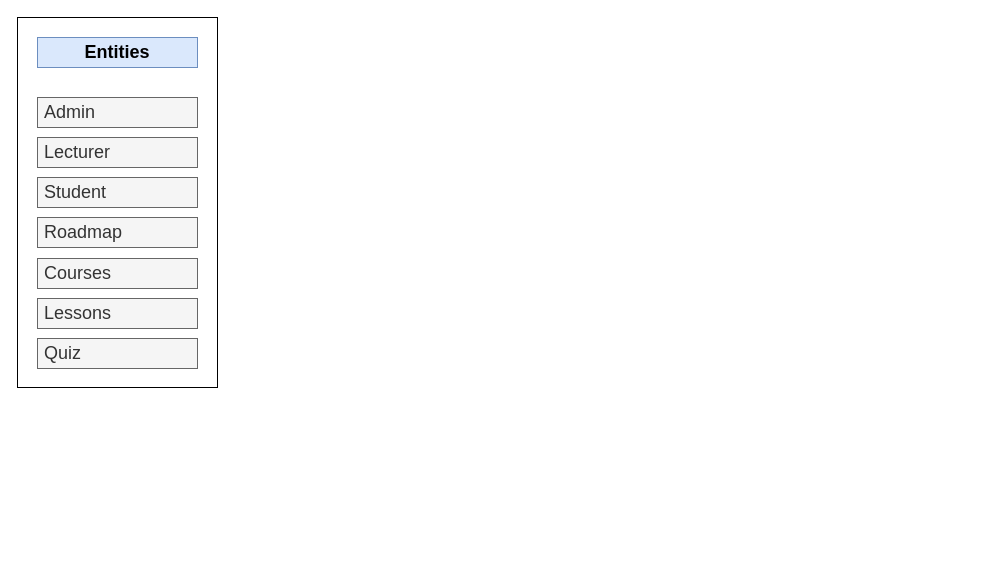
Earlier version of the draw.io diagram codehance/Untitled Diagram.drawio (kingsley-ijomah/draw.io). Source tidied: cells renumbered, new cells numbered last; positions are measured from the earlier drawing's top-left corner, leaving out a move shared by most shapes. Both pictures are drawn from the tidied source at 100%, with x=0, y=0 at pixel (17, 17).
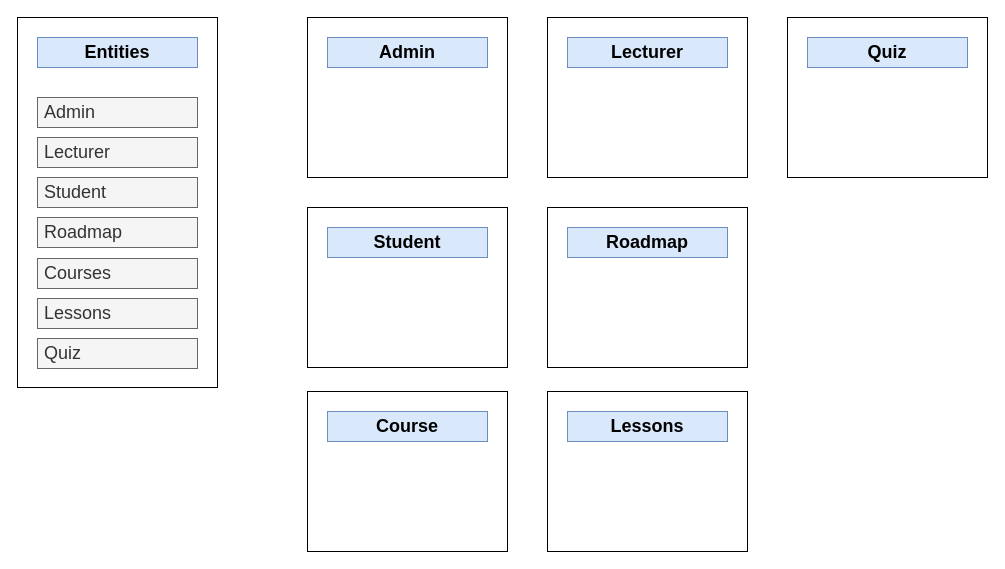
After the change.

The edit, as a diff of the source:
```diff
@@
+    <mxCell id="11" style="rounded=0;whiteSpace=wrap;html=1;align=left;" parent="1" vertex="1">
+      <mxGeometry x="290" width="200" height="160" as="geometry" />
+    </mxCell>
+    <mxCell id="12" value="&lt;b&gt;&lt;font style=&quot;font-size: 18px;&quot;&gt;Admin&lt;/font&gt;&lt;/b&gt;" style="text;html=1;strokeColor=#6c8ebf;fillColor=#dae8fc;align=center;verticalAlign=middle;whiteSpace=wrap;rounded=0;" parent="1" vertex="1">
+      <mxGeometry x="310" y="20" width="160" height="30" as="geometry" />
+    </mxCell>
+    <mxCell id="13" style="rounded=0;whiteSpace=wrap;html=1;align=left;" parent="1" vertex="1">
+      <mxGeometry x="530" width="200" height="160" as="geometry" />
+    </mxCell>
+    <mxCell id="14" value="&lt;b&gt;&lt;font style=&quot;font-size: 18px;&quot;&gt;Lecturer&lt;/font&gt;&lt;/b&gt;" style="text;html=1;strokeColor=#6c8ebf;fillColor=#dae8fc;align=center;verticalAlign=middle;whiteSpace=wrap;rounded=0;" parent="1" vertex="1">
+      <mxGeometry x="550" y="20" width="160" height="30" as="geometry" />
+    </mxCell>
+    <mxCell id="15" style="rounded=0;whiteSpace=wrap;html=1;align=left;" parent="1" vertex="1">
+      <mxGeometry x="290" y="190" width="200" height="160" as="geometry" />
+    </mxCell>
+    <mxCell id="16" value="&lt;b&gt;&lt;font style=&quot;font-size: 18px;&quot;&gt;Student&lt;/font&gt;&lt;/b&gt;" style="text;html=1;strokeColor=#6c8ebf;fillColor=#dae8fc;align=center;verticalAlign=middle;whiteSpace=wrap;rounded=0;" parent="1" vertex="1">
+      <mxGeometry x="310" y="210" width="160" height="30" as="geometry" />
+    </mxCell>
+    <mxCell id="17" style="rounded=0;whiteSpace=wrap;html=1;align=left;" parent="1" vertex="1">
+      <mxGeometry x="530" y="190" width="200" height="160" as="geometry" />
+    </mxCell>
+    <mxCell id="18" value="&lt;b&gt;&lt;font style=&quot;font-size: 18px;&quot;&gt;Roadmap&lt;/font&gt;&lt;/b&gt;" style="text;html=1;strokeColor=#6c8ebf;fillColor=#dae8fc;align=center;verticalAlign=middle;whiteSpace=wrap;rounded=0;" parent="1" vertex="1">
+      <mxGeometry x="550" y="210" width="160" height="30" as="geometry" />
+    </mxCell>
+    <mxCell id="19" style="rounded=0;whiteSpace=wrap;html=1;align=left;" parent="1" vertex="1">
+      <mxGeometry x="290" y="374" width="200" height="160" as="geometry" />
+    </mxCell>
+    <mxCell id="20" value="&lt;b&gt;&lt;font style=&quot;font-size: 18px;&quot;&gt;Course&lt;/font&gt;&lt;/b&gt;" style="text;html=1;strokeColor=#6c8ebf;fillColor=#dae8fc;align=center;verticalAlign=middle;whiteSpace=wrap;rounded=0;" parent="1" vertex="1">
+      <mxGeometry x="310" y="394" width="160" height="30" as="geometry" />
+    </mxCell>
+    <mxCell id="21" style="rounded=0;whiteSpace=wrap;html=1;align=left;" parent="1" vertex="1">
+      <mxGeometry x="530" y="374" width="200" height="160" as="geometry" />
+    </mxCell>
+    <mxCell id="22" value="&lt;b&gt;&lt;font style=&quot;font-size: 18px;&quot;&gt;Lessons&lt;/font&gt;&lt;/b&gt;" style="text;html=1;strokeColor=#6c8ebf;fillColor=#dae8fc;align=center;verticalAlign=middle;whiteSpace=wrap;rounded=0;" parent="1" vertex="1">
+      <mxGeometry x="550" y="394" width="160" height="30" as="geometry" />
+    </mxCell>
+    <mxCell id="23" style="rounded=0;whiteSpace=wrap;html=1;align=left;" parent="1" vertex="1">
+      <mxGeometry x="770" width="200" height="160" as="geometry" />
+    </mxCell>
+    <mxCell id="24" value="&lt;span style=&quot;font-size: 18px;&quot;&gt;&lt;b&gt;Quiz&lt;/b&gt;&lt;/span&gt;" style="text;html=1;strokeColor=#6c8ebf;fillColor=#dae8fc;align=center;verticalAlign=middle;whiteSpace=wrap;rounded=0;" parent="1" vertex="1">
+      <mxGeometry x="790" y="20" width="160" height="30" as="geometry" />
+    </mxCell>
```
